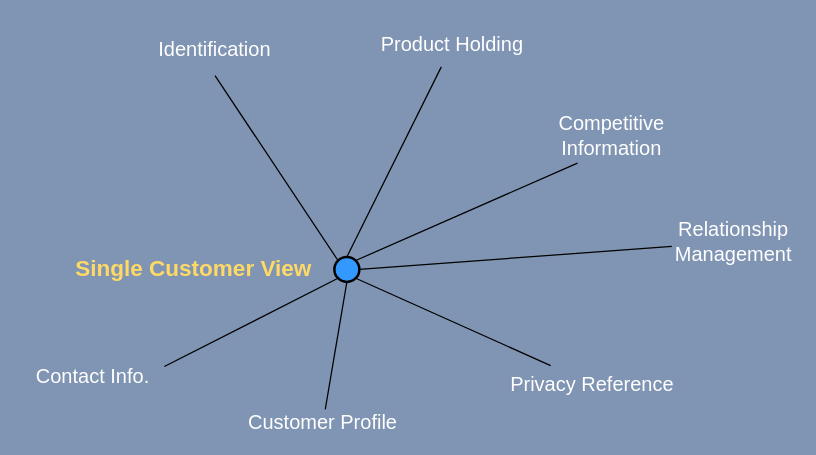
uyennt01/Project1 keeps this draw.io diagram as page "Single Customer View" (2 of 3) of Single Customer View.drawio. Above is the earlier version. Source tidied: cells renumbered, new cells numbered last; positions are measured from the earlier drawing's top-left corner, leaving out a move shared by most shapes. Both pictures are drawn from the tidied source at 125%, with x=0, y=0 at pixel (21, 21).
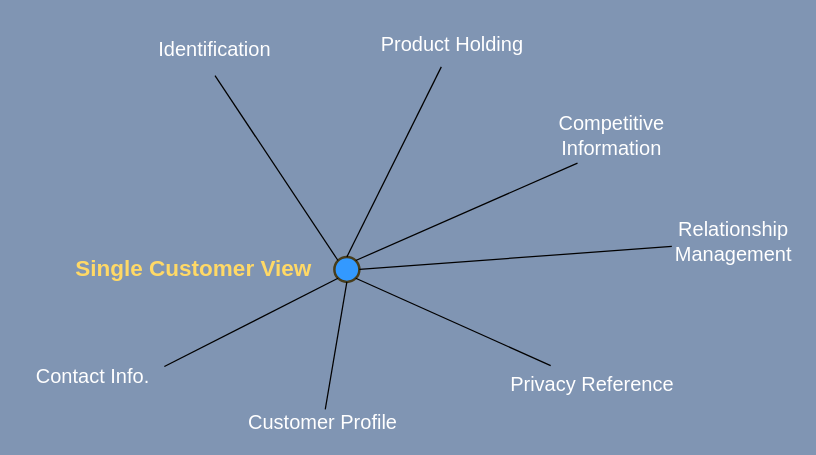
The same page after the edit.

Change to the diagram source:
```diff
@@
 <mxGraphModel background="#8095B3">
   <root>
     <mxCell id="0" />
     <mxCell id="1" parent="0" />
-    <mxCell id="2" value="&lt;div&gt;Single Customer View&lt;/div&gt;" style="strokeWidth=2;html=1;shape=mxgraph.flowchart.start_2;labelPosition=left;verticalLabelPosition=middle;align=right;verticalAlign=middle;fillColor=#3399FF;fontStyle=1;fontSize=18;fontColor=#FFD966;spacing=19;" parent="1" vertex="1">
+    <mxCell id="2" value="&lt;div&gt;Single Customer View&lt;/div&gt;" style="strokeWidth=2;html=1;shape=mxgraph.flowchart.start_2;labelPosition=left;verticalLabelPosition=middle;align=right;verticalAlign=middle;fillColor=#3399FF;fontStyle=1;fontSize=18;fontColor=#FFD966;spacing=19;strokeColor=#473D1C;" parent="1" vertex="1">
       <mxGeometry x="250" y="188" width="20" height="20" as="geometry" />
     </mxCell>
     <mxCell id="3" style="endArrow=none;html=1;labelPosition=center;verticalLabelPosition=bottom;align=center;verticalAlign=top;entryX=0.5;entryY=1;entryDx=0;entryDy=0;entryPerimeter=0;" parent="1" edge="1" source="4" target="2">
       <mxGeometry relative="1" as="geometry" />
     </mxCell>
     <mxCell id="4" value="Customer Profile" style="text;html=1;strokeColor=none;fillColor=none;align=center;verticalAlign=middle;whiteSpace=wrap;rounded=0;fontSize=16;fontColor=#FFFFFF;" parent="1" vertex="1">
       <mxGeometry x="166" y="310" width="150" height="20" as="geometry" />
     </mxCell>
     <mxCell id="5" value="Identification" style="text;html=1;strokeColor=none;fillColor=none;align=center;verticalAlign=middle;whiteSpace=wrap;rounded=0;fontSize=16;fontColor=#FFFFFF;" parent="1" vertex="1">
       <mxGeometry x="82" width="145" height="43" as="geometry" />
     </mxCell>
     <mxCell id="6" style="endArrow=none;html=1;exitX=0.145;exitY=0.145;exitDx=0;exitDy=0;entryX=0.5;entryY=1;entryDx=0;entryDy=0;exitPerimeter=0;fontColor=#FFFFFF;" parent="1" edge="1" source="2" target="5">
       <mxGeometry relative="1" as="geometry" />
     </mxCell>
     <mxCell id="7" value="Contact Info." style="text;html=1;strokeColor=none;fillColor=none;align=center;verticalAlign=middle;whiteSpace=wrap;rounded=0;fontSize=16;fontColor=#FFFFFF;" parent="1" vertex="1">
       <mxGeometry y="268.5" width="114" height="29" as="geometry" />
     </mxCell>
     <mxCell id="8" style="endArrow=none;html=1;fontSize=16;fontColor=#FFFFFF;exitX=0.145;exitY=0.855;exitDx=0;exitDy=0;exitPerimeter=0;entryX=1;entryY=0.25;entryDx=0;entryDy=0;" parent="1" edge="1" source="2" target="7">
       <mxGeometry relative="1" as="geometry" />
     </mxCell>
     <mxCell id="9" value="Product Holding" style="text;html=1;strokeColor=none;fillColor=none;align=center;verticalAlign=middle;whiteSpace=wrap;rounded=0;fontSize=16;fontColor=#FFFFFF;" parent="1" vertex="1">
       <mxGeometry x="272" width="145" height="36" as="geometry" />
     </mxCell>
     <mxCell id="10" style="endArrow=none;html=1;exitX=0.5;exitY=0;exitDx=0;exitDy=0;fontSize=16;fontColor=#FFFFFF;exitPerimeter=0;" parent="1" edge="1" source="2" target="9">
       <mxGeometry relative="1" as="geometry" />
     </mxCell>
     <mxCell id="11" value="Competitive Information" style="text;html=1;strokeColor=none;fillColor=none;align=center;verticalAlign=middle;whiteSpace=wrap;rounded=0;fontSize=16;fontColor=#FFFFFF;" parent="1" vertex="1">
       <mxGeometry x="417" y="69" width="110" height="44" as="geometry" />
     </mxCell>
     <mxCell id="12" style="endArrow=none;html=1;exitX=0.855;exitY=0.145;exitDx=0;exitDy=0;entryX=0.25;entryY=1;entryDx=0;entryDy=0;exitPerimeter=0;fontSize=16;fontColor=#FFFFFF;" parent="1" edge="1" source="2" target="11">
       <mxGeometry relative="1" as="geometry" />
     </mxCell>
     <mxCell id="13" value="Privacy Reference" style="text;html=1;strokeColor=none;fillColor=none;align=center;verticalAlign=middle;whiteSpace=wrap;rounded=0;labelPosition=center;verticalLabelPosition=middle;fontSize=16;fontColor=#FFFFFF;" parent="1" vertex="1">
       <mxGeometry x="386" y="275" width="141" height="30" as="geometry" />
     </mxCell>
     <mxCell id="14" style="endArrow=none;html=1;exitX=0.855;exitY=0.855;exitDx=0;exitDy=0;fontSize=16;fontColor=#FFFFFF;exitPerimeter=0;" parent="1" edge="1" source="2" target="13">
       <mxGeometry relative="1" as="geometry" />
     </mxCell>
     <mxCell id="15" value="Relationship Management" style="text;html=1;strokeColor=none;fillColor=none;align=center;verticalAlign=middle;whiteSpace=wrap;rounded=0;fontSize=16;fontColor=#FFFFFF;" parent="1" vertex="1">
       <mxGeometry x="520" y="161" width="99" height="30" as="geometry" />
     </mxCell>
     <mxCell id="16" style="endArrow=none;html=1;exitX=1;exitY=0.5;exitDx=0;exitDy=0;fontSize=16;fontColor=#FFFFFF;exitPerimeter=0;" parent="1" edge="1" source="2" target="15">
       <mxGeometry relative="1" as="geometry" />
     </mxCell>
   </root>
 </mxGraphModel>
```
